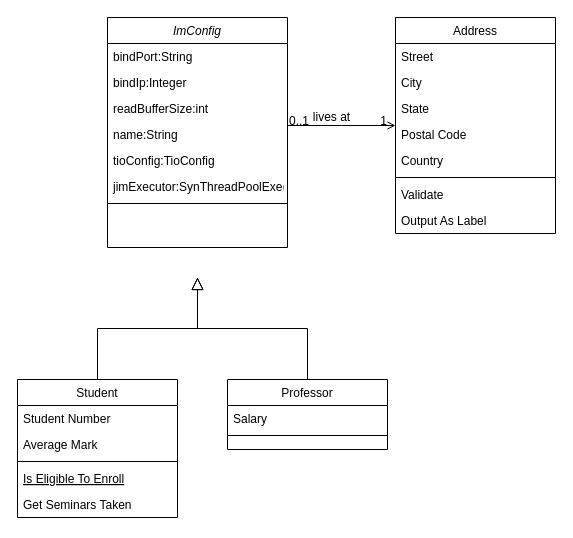
Earlier version of the draw.io diagram J-im流程图/未命名绘图.drawio (RR9-cn/DrawFile). Source tidied: cells renumbered, new cells numbered last; positions are measured from the earlier drawing's top-left corner, leaving out a move shared by most shapes. Both pictures are drawn from the tidied source at 100%, with x=0, y=0 at pixel (17, 17).
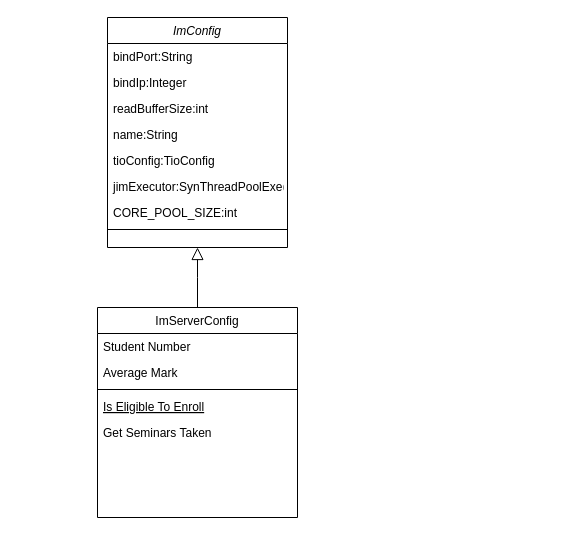
The same diagram, later.

Commit message (it also covers changes not shown here):
更新未命名绘图.drawio

The change refers to these unchanged cells:
```xml
<mxCell id="2" value="ImConfig" style="swimlane;fontStyle=2;align=center;verticalAlign=top;horizontal=1;startSize=26;rounded=0;shadow=0;strokeWidth=1;" parent="1" vertex="1">
  <mxGeometry x="90" width="180" height="230" as="geometry" />
</mxCell>
```

Change to the diagram source:
```diff
@@
+    <mxCell id="34" value="CORE_POOL_SIZE:int" style="text;align=left;verticalAlign=top;spacingLeft=4;spacingRight=4;overflow=hidden;" parent="2" vertex="1">
+      <mxGeometry y="182" width="180" height="26" as="geometry" />
+    </mxCell>
     <mxCell id="9" style="line;html=1;strokeWidth=1;align=left;verticalAlign=middle;spacingTop=-1;spacingLeft=3;spacingRight=3;labelPosition=right;" parent="2" vertex="1">
-      <mxGeometry y="182" width="180" height="8" as="geometry" />
+      <mxGeometry y="208" width="180" height="8" as="geometry" />
     </mxCell>
-    <mxCell id="10" value="Student" style="swimlane;fontStyle=0;align=center;verticalAlign=top;horizontal=1;startSize=26;rounded=0;shadow=0;strokeWidth=1;" parent="1" vertex="1">
-      <mxGeometry y="362" width="160" height="138" as="geometry" />
+    <mxCell id="10" value="ImServerConfig" style="swimlane;fontStyle=0;align=center;verticalAlign=top;horizontal=1;startSize=26;rounded=0;shadow=0;strokeWidth=1;" parent="1" vertex="1">
+      <mxGeometry x="80" y="290" width="200" height="210" as="geometry" />
     </mxCell>
     <mxCell id="11" value="Student Number" style="text;align=left;verticalAlign=top;spacingLeft=4;spacingRight=4;overflow=hidden;" parent="10" vertex="1">
-      <mxGeometry y="26" width="160" height="26" as="geometry" />
+      <mxGeometry y="26" width="200" height="26" as="geometry" />
     </mxCell>
     <mxCell id="12" value="Average Mark" style="text;align=left;verticalAlign=top;spacingLeft=4;spacingRight=4;overflow=hidden;rounded=0;shadow=0;html=0;" parent="10" vertex="1">
-      <mxGeometry y="52" width="160" height="26" as="geometry" />
+      <mxGeometry y="52" width="200" height="26" as="geometry" />
     </mxCell>
     <mxCell id="13" style="line;html=1;strokeWidth=1;align=left;verticalAlign=middle;spacingTop=-1;spacingLeft=3;spacingRight=3;labelPosition=right;" parent="10" vertex="1">
-      <mxGeometry y="78" width="160" height="8" as="geometry" />
+      <mxGeometry y="78" width="200" height="8" as="geometry" />
     </mxCell>
     <mxCell id="14" value="Is Eligible To Enroll" style="text;align=left;verticalAlign=top;spacingLeft=4;spacingRight=4;overflow=hidden;fontStyle=4;" parent="10" vertex="1">
-      <mxGeometry y="86" width="160" height="26" as="geometry" />
+      <mxGeometry y="86" width="200" height="26" as="geometry" />
     </mxCell>
     <mxCell id="15" value="Get Seminars Taken" style="text;align=left;verticalAlign=top;spacingLeft=4;spacingRight=4;overflow=hidden;" parent="10" vertex="1">
-      <mxGeometry y="112" width="160" height="26" as="geometry" />
+      <mxGeometry y="112" width="200" height="26" as="geometry" />
     </mxCell>
-    <mxCell id="16" style="endArrow=block;endSize=10;endFill=0;shadow=0;strokeWidth=1;rounded=0;edgeStyle=elbowEdgeStyle;elbow=vertical;" parent="1" edge="1" source="10">
-      <mxGeometry relative="1" as="geometry">
-        <mxPoint x="180" y="260" as="targetPoint" />
-      </mxGeometry>
+    <mxCell id="16" style="endArrow=block;endSize=10;endFill=0;shadow=0;strokeWidth=1;rounded=0;edgeStyle=elbowEdgeStyle;elbow=vertical;entryX=0.5;entryY=1;entryDx=0;entryDy=0;" parent="1" edge="1" source="10" target="2">
+      <mxGeometry relative="1" as="geometry" />
     </mxCell>
-    <mxCell id="17" value="Professor" style="swimlane;fontStyle=0;align=center;verticalAlign=top;horizontal=1;startSize=26;rounded=0;shadow=0;strokeWidth=1;" parent="1" vertex="1">
-      <mxGeometry x="210" y="362" width="160" height="70" as="geometry" />
-    </mxCell>
-    <mxCell id="18" value="Salary" style="text;align=left;verticalAlign=top;spacingLeft=4;spacingRight=4;overflow=hidden;" parent="17" vertex="1">
-      <mxGeometry y="26" width="160" height="26" as="geometry" />
-    </mxCell>
-    <mxCell id="19" style="line;html=1;strokeWidth=1;align=left;verticalAlign=middle;spacingTop=-1;spacingLeft=3;spacingRight=3;labelPosition=right;" parent="17" vertex="1">
-      <mxGeometry y="52" width="160" height="8" as="geometry" />
-    </mxCell>
-    <mxCell id="20" style="endArrow=block;endSize=10;endFill=0;shadow=0;strokeWidth=1;rounded=0;edgeStyle=elbowEdgeStyle;elbow=vertical;" parent="1" edge="1" source="17">
-      <mxGeometry relative="1" as="geometry">
-        <mxPoint x="180" y="260" as="targetPoint" />
-      </mxGeometry>
-    </mxCell>
-    <mxCell id="21" value="Address" style="swimlane;fontStyle=0;align=center;verticalAlign=top;horizontal=1;startSize=26;rounded=0;shadow=0;strokeWidth=1;" parent="1" vertex="1">
-      <mxGeometry x="378" width="160" height="216" as="geometry" />
-    </mxCell>
-    <mxCell id="22" value="Street" style="text;align=left;verticalAlign=top;spacingLeft=4;spacingRight=4;overflow=hidden;" parent="21" vertex="1">
-      <mxGeometry y="26" width="160" height="26" as="geometry" />
-    </mxCell>
-    <mxCell id="23" value="City" style="text;align=left;verticalAlign=top;spacingLeft=4;spacingRight=4;overflow=hidden;rounded=0;shadow=0;html=0;" parent="21" vertex="1">
-      <mxGeometry y="52" width="160" height="26" as="geometry" />
-    </mxCell>
-    <mxCell id="24" value="State" style="text;align=left;verticalAlign=top;spacingLeft=4;spacingRight=4;overflow=hidden;rounded=0;shadow=0;html=0;" parent="21" vertex="1">
-      <mxGeometry y="78" width="160" height="26" as="geometry" />
-    </mxCell>
-    <mxCell id="25" value="Postal Code" style="text;align=left;verticalAlign=top;spacingLeft=4;spacingRight=4;overflow=hidden;rounded=0;shadow=0;html=0;" parent="21" vertex="1">
-      <mxGeometry y="104" width="160" height="26" as="geometry" />
-    </mxCell>
-    <mxCell id="26" value="Country" style="text;align=left;verticalAlign=top;spacingLeft=4;spacingRight=4;overflow=hidden;rounded=0;shadow=0;html=0;" parent="21" vertex="1">
-      <mxGeometry y="130" width="160" height="26" as="geometry" />
-    </mxCell>
-    <mxCell id="27" style="line;html=1;strokeWidth=1;align=left;verticalAlign=middle;spacingTop=-1;spacingLeft=3;spacingRight=3;labelPosition=right;" parent="21" vertex="1">
-      <mxGeometry y="156" width="160" height="8" as="geometry" />
-    </mxCell>
-    <mxCell id="28" value="Validate" style="text;align=left;verticalAlign=top;spacingLeft=4;spacingRight=4;overflow=hidden;" parent="21" vertex="1">
-      <mxGeometry y="164" width="160" height="26" as="geometry" />
-    </mxCell>
-    <mxCell id="29" value="Output As Label" style="text;align=left;verticalAlign=top;spacingLeft=4;spacingRight=4;overflow=hidden;" parent="21" vertex="1">
-      <mxGeometry y="190" width="160" height="26" as="geometry" />
-    </mxCell>
-    <mxCell id="30" style="endArrow=open;shadow=0;strokeWidth=1;rounded=0;endFill=1;edgeStyle=elbowEdgeStyle;elbow=vertical;" parent="1" edge="1" source="2" target="21">
-      <mxGeometry x="0.5" y="41" relative="1" as="geometry">
-        <mxPoint x="-40" y="32" as="offset" />
-      </mxGeometry>
-    </mxCell>
-    <mxCell id="31" value="0..1" style="align=left;verticalAlign=bottom;labelBackgroundColor=none;fontSize=12;" parent="30" vertex="1">
-      <mxGeometry x="-1" relative="1" as="geometry">
-        <mxPoint y="4" as="offset" />
-      </mxGeometry>
-    </mxCell>
-    <mxCell id="32" value="1" style="align=right;verticalAlign=bottom;labelBackgroundColor=none;fontSize=12;" parent="30" vertex="1">
-      <mxGeometry x="1" relative="1" as="geometry">
-        <mxPoint x="-7" y="4" as="offset" />
-      </mxGeometry>
-    </mxCell>
-    <mxCell id="33" value="lives at" style="text;html=1;align=center;verticalAlign=middle;labelBackgroundColor=none;rounded=0;shadow=0;strokeWidth=1;fontSize=12;" parent="30" vertex="1">
-      <mxGeometry x="0.5" y="49" relative="1" as="geometry">
-        <mxPoint x="-38" y="40" as="offset" />
-      </mxGeometry>
-    </mxCell>
```
